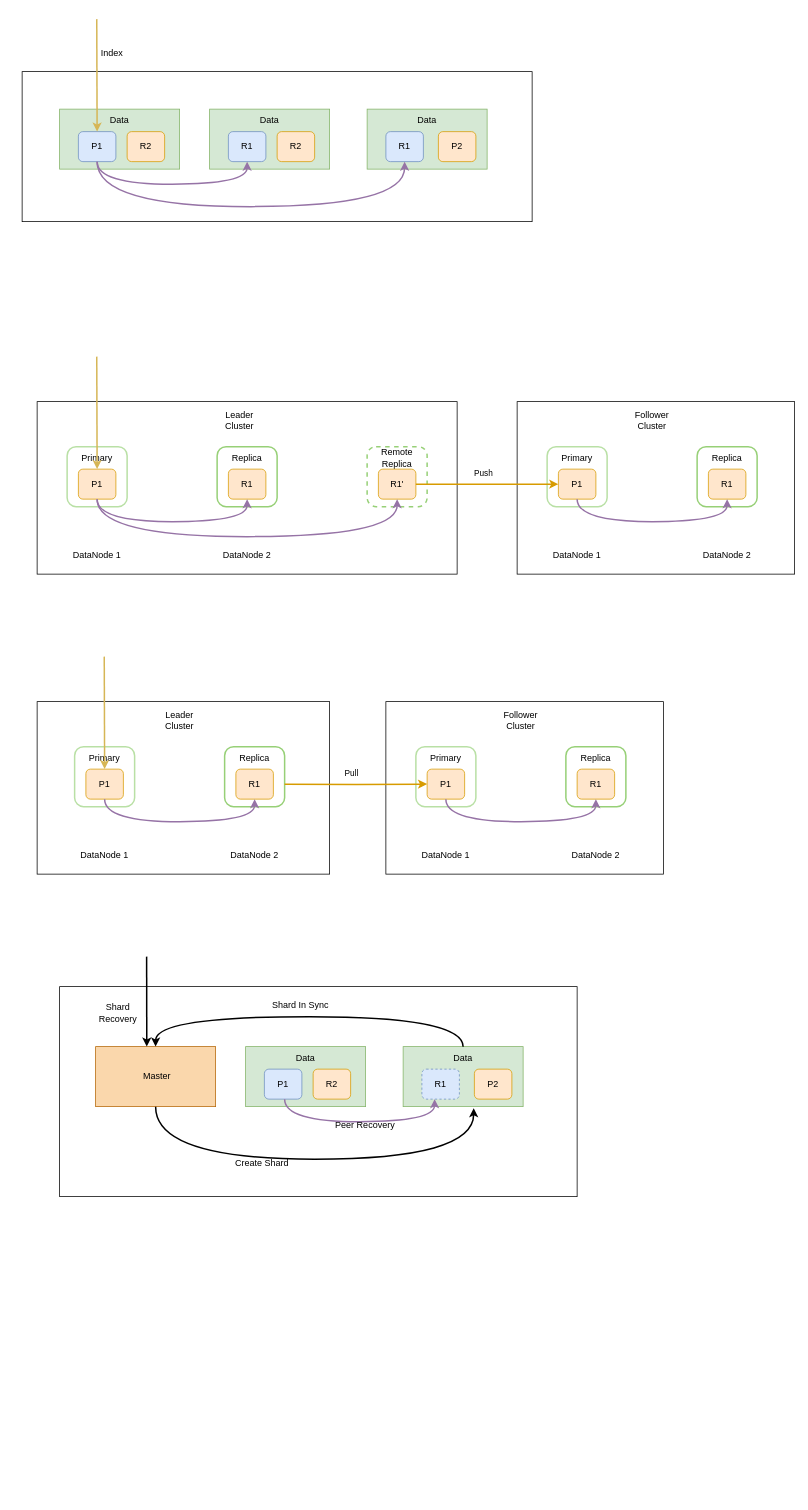
kingskipper/design keeps this draw.io diagram as elasticsearch/raw/es_replicate1031.drawio. Above is the earlier version. Source tidied: cells renumbered, new cells numbered last; positions are measured from the earlier drawing's top-left corner, leaving out a move shared by most shapes. Both pictures are drawn from the tidied source at 75%, with x=0, y=0 at pixel (22, 19).
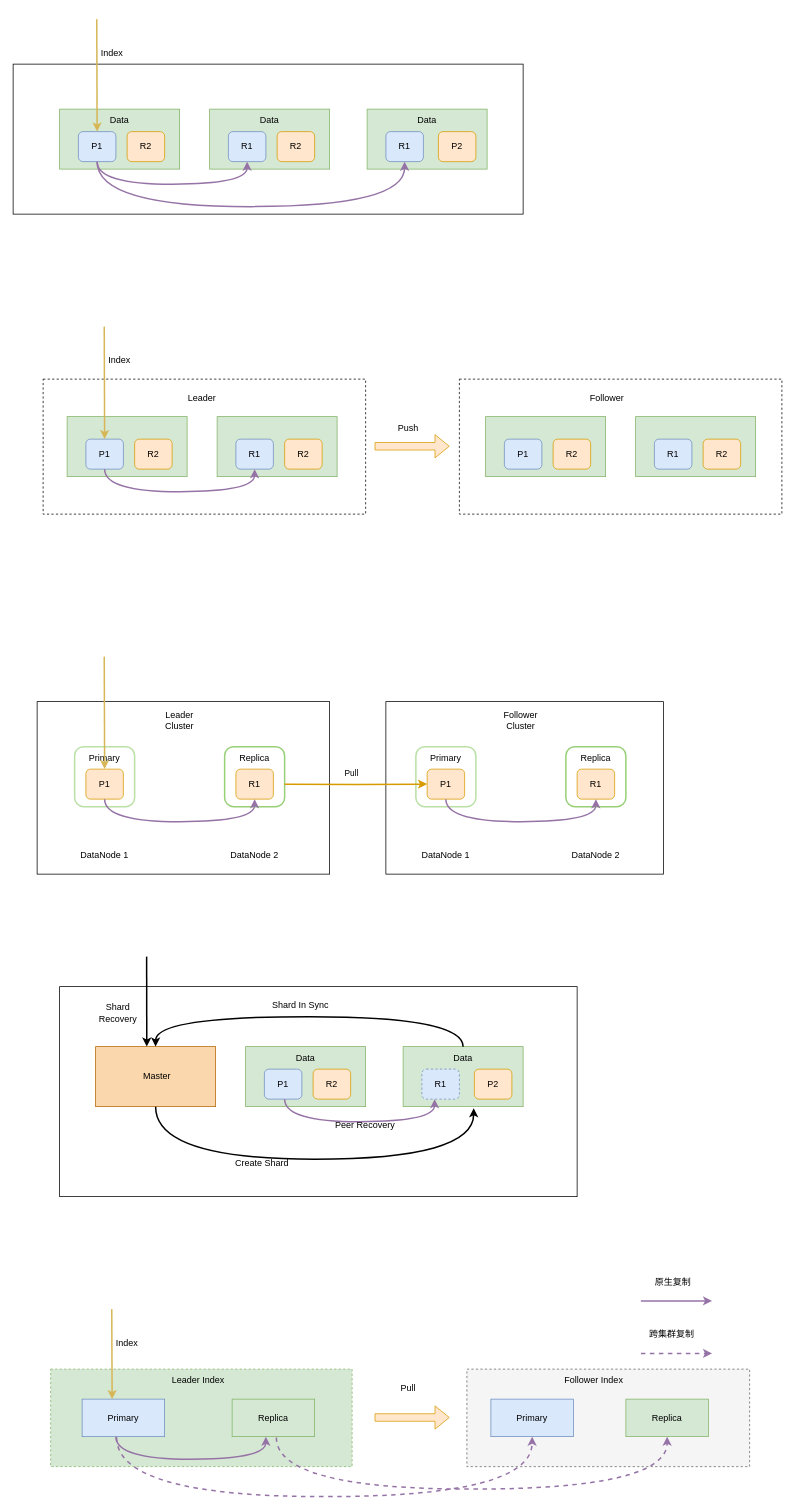
The same diagram, later.

What changed in the source:
```diff
@@
+    <mxCell id="92" style="rounded=0;whiteSpace=wrap;html=1;dashed=1;" parent="1" vertex="1">
+      <mxGeometry x="583" y="480" width="430" height="180" as="geometry" />
+    </mxCell>
+    <mxCell id="93" style="rounded=0;whiteSpace=wrap;html=1;dashed=1;" parent="1" vertex="1">
+      <mxGeometry x="28" y="480" width="430" height="180" as="geometry" />
+    </mxCell>
@@
     <mxCell id="3" style="rounded=0;whiteSpace=wrap;html=1;" parent="1" vertex="1">
-      <mxGeometry y="70" width="680" height="200" as="geometry" />
+      <mxGeometry x="-12" y="60" width="680" height="200" as="geometry" />
     </mxCell>
@@
-    <mxCell id="13" style="rounded=0;whiteSpace=wrap;html=1;strokeWidth=1;" parent="1" vertex="1">
-      <mxGeometry x="20" y="510" width="560" height="230" as="geometry" />
-    </mxCell>
-    <mxCell id="14" style="whiteSpace=wrap;html=1;strokeWidth=2;strokeColor=#B9E0A5;rounded=1;" parent="1" vertex="1">
-      <mxGeometry x="60" y="570" width="80" height="80" as="geometry" />
-    </mxCell>
-    <mxCell id="15" value="P1" style="rounded=1;whiteSpace=wrap;html=1;fillColor=#ffe6cc;strokeColor=#d79b00;" parent="1" vertex="1">
-      <mxGeometry x="75" y="600" width="50" height="40" as="geometry" />
-    </mxCell>
-    <mxCell id="16" value="Primary" style="text;html=1;strokeColor=none;fillColor=none;align=center;verticalAlign=middle;whiteSpace=wrap;rounded=0;" parent="1" vertex="1">
-      <mxGeometry x="70" y="570" width="60" height="30" as="geometry" />
-    </mxCell>
-    <mxCell id="17" style="whiteSpace=wrap;html=1;rounded=1;strokeWidth=2;strokeColor=#97D077;" parent="1" vertex="1">
-      <mxGeometry x="260" y="570" width="80" height="80" as="geometry" />
-    </mxCell>
-    <mxCell id="18" style="whiteSpace=wrap;html=1;strokeWidth=2;strokeColor=#97D077;rounded=1;dashed=1;" parent="1" vertex="1">
-      <mxGeometry x="460" y="570" width="80" height="80" as="geometry" />
-    </mxCell>
-    <mxCell id="19" value="Replica" style="text;html=1;strokeColor=none;fillColor=none;align=center;verticalAlign=middle;whiteSpace=wrap;rounded=0;" parent="1" vertex="1">
-      <mxGeometry x="270" y="570" width="60" height="30" as="geometry" />
-    </mxCell>
-    <mxCell id="20" value="Remote Replica" style="text;html=1;strokeColor=none;fillColor=none;align=center;verticalAlign=middle;whiteSpace=wrap;rounded=0;" parent="1" vertex="1">
-      <mxGeometry x="470" y="570" width="60" height="30" as="geometry" />
-    </mxCell>
-    <mxCell id="21" value="R1" style="rounded=1;whiteSpace=wrap;html=1;fillColor=#ffe6cc;strokeColor=#d79b00;" parent="1" vertex="1">
-      <mxGeometry x="275" y="600" width="50" height="40" as="geometry" />
-    </mxCell>
-    <mxCell id="22" value="R1'" style="rounded=1;whiteSpace=wrap;html=1;fillColor=#ffe6cc;strokeColor=#d79b00;" parent="1" vertex="1">
-      <mxGeometry x="475" y="600" width="50" height="40" as="geometry" />
-    </mxCell>
-    <mxCell id="23" style="endArrow=classic;html=1;rounded=0;entryX=0.5;entryY=1;entryDx=0;entryDy=0;fillColor=#fff2cc;strokeColor=#d6b656;strokeWidth=2;" parent="1" edge="1" target="16">
-      <mxGeometry relative="1" as="geometry">
-        <mxPoint x="99.5" y="450" as="sourcePoint" />
-      </mxGeometry>
-    </mxCell>
-    <mxCell id="24" style="edgeStyle=orthogonalEdgeStyle;jettySize=auto;html=1;exitX=0.5;exitY=1;exitDx=0;exitDy=0;entryX=0.5;entryY=1;entryDx=0;entryDy=0;elbow=vertical;curved=1;fillColor=#e1d5e7;strokeColor=#9673a6;strokeWidth=2;" parent="1" edge="1" source="15" target="22">
-      <mxGeometry relative="1" as="geometry">
-        <Array as="points">
-          <mxPoint x="100" y="690" />
-          <mxPoint x="500" y="690" />
-        </Array>
-      </mxGeometry>
-    </mxCell>
-    <mxCell id="25" style="edgeStyle=orthogonalEdgeStyle;curved=1;jettySize=auto;html=1;exitX=0.5;exitY=1;exitDx=0;exitDy=0;elbow=vertical;fillColor=#e1d5e7;strokeColor=#9673a6;strokeWidth=2;" parent="1" edge="1" source="15">
-      <mxGeometry relative="1" as="geometry">
-        <mxPoint x="300" y="640" as="targetPoint" />
-        <Array as="points">
-          <mxPoint x="100" y="670" />
-          <mxPoint x="300" y="670" />
-        </Array>
-      </mxGeometry>
-    </mxCell>
-    <mxCell id="26" value="DataNode 1" style="text;html=1;strokeColor=none;fillColor=none;align=center;verticalAlign=middle;whiteSpace=wrap;rounded=0;strokeWidth=2;" parent="1" vertex="1">
-      <mxGeometry x="60" y="700" width="80" height="30" as="geometry" />
-    </mxCell>
-    <mxCell id="27" value="DataNode 2" style="text;html=1;strokeColor=none;fillColor=none;align=center;verticalAlign=middle;whiteSpace=wrap;rounded=0;strokeWidth=2;" parent="1" vertex="1">
-      <mxGeometry x="260" y="700" width="80" height="30" as="geometry" />
-    </mxCell>
-    <mxCell id="28" value="Leader Cluster" style="text;html=1;strokeColor=none;fillColor=none;align=center;verticalAlign=middle;whiteSpace=wrap;rounded=0;strokeWidth=2;" parent="1" vertex="1">
-      <mxGeometry x="260" y="520" width="60" height="30" as="geometry" />
-    </mxCell>
-    <mxCell id="29" style="rounded=0;whiteSpace=wrap;html=1;strokeWidth=1;" parent="1" vertex="1">
-      <mxGeometry x="660" y="510" width="370" height="230" as="geometry" />
-    </mxCell>
-    <mxCell id="30" style="whiteSpace=wrap;html=1;strokeWidth=2;strokeColor=#B9E0A5;rounded=1;" parent="1" vertex="1">
-      <mxGeometry x="700" y="570" width="80" height="80" as="geometry" />
-    </mxCell>
-    <mxCell id="31" value="P1" style="rounded=1;whiteSpace=wrap;html=1;fillColor=#ffe6cc;strokeColor=#d79b00;" parent="1" vertex="1">
-      <mxGeometry x="715" y="600" width="50" height="40" as="geometry" />
-    </mxCell>
-    <mxCell id="32" value="Primary" style="text;html=1;strokeColor=none;fillColor=none;align=center;verticalAlign=middle;whiteSpace=wrap;rounded=0;" parent="1" vertex="1">
-      <mxGeometry x="710" y="570" width="60" height="30" as="geometry" />
-    </mxCell>
-    <mxCell id="33" style="whiteSpace=wrap;html=1;rounded=1;strokeWidth=2;strokeColor=#97D077;" parent="1" vertex="1">
-      <mxGeometry x="900" y="570" width="80" height="80" as="geometry" />
-    </mxCell>
-    <mxCell id="34" value="Replica" style="text;html=1;strokeColor=none;fillColor=none;align=center;verticalAlign=middle;whiteSpace=wrap;rounded=0;" parent="1" vertex="1">
-      <mxGeometry x="910" y="570" width="60" height="30" as="geometry" />
-    </mxCell>
-    <mxCell id="35" value="R1" style="rounded=1;whiteSpace=wrap;html=1;fillColor=#ffe6cc;strokeColor=#d79b00;" parent="1" vertex="1">
-      <mxGeometry x="915" y="600" width="50" height="40" as="geometry" />
-    </mxCell>
-    <mxCell id="36" style="edgeStyle=orthogonalEdgeStyle;curved=1;jettySize=auto;html=1;exitX=0.5;exitY=1;exitDx=0;exitDy=0;elbow=vertical;fillColor=#e1d5e7;strokeColor=#9673a6;strokeWidth=2;" parent="1" edge="1" source="31">
-      <mxGeometry relative="1" as="geometry">
-        <mxPoint x="940" y="640" as="targetPoint" />
-        <Array as="points">
-          <mxPoint x="740" y="670" />
-          <mxPoint x="940" y="670" />
-        </Array>
-      </mxGeometry>
-    </mxCell>
-    <mxCell id="37" value="DataNode 1" style="text;html=1;strokeColor=none;fillColor=none;align=center;verticalAlign=middle;whiteSpace=wrap;rounded=0;strokeWidth=2;" parent="1" vertex="1">
-      <mxGeometry x="700" y="700" width="80" height="30" as="geometry" />
-    </mxCell>
-    <mxCell id="38" value="DataNode 2" style="text;html=1;strokeColor=none;fillColor=none;align=center;verticalAlign=middle;whiteSpace=wrap;rounded=0;strokeWidth=2;" parent="1" vertex="1">
-      <mxGeometry x="900" y="700" width="80" height="30" as="geometry" />
-    </mxCell>
-    <mxCell id="39" value="Follower&lt;br&gt;Cluster" style="text;html=1;strokeColor=none;fillColor=none;align=center;verticalAlign=middle;whiteSpace=wrap;rounded=0;strokeWidth=2;" parent="1" vertex="1">
-      <mxGeometry x="810" y="520" width="60" height="30" as="geometry" />
-    </mxCell>
-    <mxCell id="40" style="edgeStyle=orthogonalEdgeStyle;rounded=0;jettySize=auto;html=1;exitX=1;exitY=0.5;exitDx=0;exitDy=0;entryX=0;entryY=0.5;entryDx=0;entryDy=0;strokeWidth=2;fillColor=#ffe6cc;strokeColor=#d79b00;" parent="1" edge="1" source="22" target="31">
-      <mxGeometry relative="1" as="geometry" />
-    </mxCell>
-    <mxCell id="41" value="Push" style="edgeLabel;html=1;align=center;verticalAlign=middle;" parent="40" vertex="1">
-      <mxGeometry x="-0.12" y="-1" relative="1" as="geometry">
-        <mxPoint x="5" y="-16" as="offset" />
-      </mxGeometry>
-    </mxCell>
@@
+    <mxCell id="94" style="rounded=0;whiteSpace=wrap;html=1;fillColor=#d5e8d4;strokeColor=#82b366;" parent="1" vertex="1">
+      <mxGeometry x="260" y="530" width="160" height="80" as="geometry" />
+    </mxCell>
+    <mxCell id="95" style="rounded=0;whiteSpace=wrap;html=1;fillColor=#d5e8d4;strokeColor=#82b366;" parent="1" vertex="1">
+      <mxGeometry x="60" y="530" width="160" height="80" as="geometry" />
+    </mxCell>
+    <mxCell id="96" value="P1" style="rounded=1;whiteSpace=wrap;html=1;fillColor=#dae8fc;strokeColor=#6c8ebf;" parent="1" vertex="1">
+      <mxGeometry x="85" y="560" width="50" height="40" as="geometry" />
+    </mxCell>
+    <mxCell id="97" value="R1" style="rounded=1;whiteSpace=wrap;html=1;fillColor=#dae8fc;strokeColor=#6c8ebf;" parent="1" vertex="1">
+      <mxGeometry x="285" y="560" width="50" height="40" as="geometry" />
+    </mxCell>
+    <mxCell id="98" style="endArrow=classic;html=1;rounded=0;entryX=0.5;entryY=1;entryDx=0;entryDy=0;fillColor=#fff2cc;strokeColor=#d6b656;strokeWidth=2;" parent="1" edge="1">
+      <mxGeometry relative="1" as="geometry">
+        <mxPoint x="109.5" y="410" as="sourcePoint" />
+        <mxPoint x="110" y="560" as="targetPoint" />
+      </mxGeometry>
+    </mxCell>
+    <mxCell id="99" style="edgeStyle=orthogonalEdgeStyle;curved=1;jettySize=auto;html=1;exitX=0.5;exitY=1;exitDx=0;exitDy=0;elbow=vertical;fillColor=#e1d5e7;strokeColor=#9673a6;strokeWidth=2;" parent="1" edge="1" source="96">
+      <mxGeometry relative="1" as="geometry">
+        <mxPoint x="310" y="600" as="targetPoint" />
+        <Array as="points">
+          <mxPoint x="110" y="630" />
+          <mxPoint x="310" y="630" />
+        </Array>
+      </mxGeometry>
+    </mxCell>
+    <mxCell id="100" value="R2" style="rounded=1;whiteSpace=wrap;html=1;fillColor=#ffe6cc;strokeColor=#d79b00;" parent="1" vertex="1">
+      <mxGeometry x="150" y="560" width="50" height="40" as="geometry" />
+    </mxCell>
+    <mxCell id="101" value="R2" style="rounded=1;whiteSpace=wrap;html=1;fillColor=#ffe6cc;strokeColor=#d79b00;" parent="1" vertex="1">
+      <mxGeometry x="350" y="560" width="50" height="40" as="geometry" />
+    </mxCell>
+    <mxCell id="102" value="Index" style="text;html=1;strokeColor=none;fillColor=none;align=center;verticalAlign=middle;whiteSpace=wrap;rounded=0;" parent="1" vertex="1">
+      <mxGeometry x="100" y="440" width="60" height="30" as="geometry" />
+    </mxCell>
+    <mxCell id="103" style="rounded=0;whiteSpace=wrap;html=1;fillColor=#d5e8d4;strokeColor=#82b366;" parent="1" vertex="1">
+      <mxGeometry x="818" y="530" width="160" height="80" as="geometry" />
+    </mxCell>
+    <mxCell id="104" style="rounded=0;whiteSpace=wrap;html=1;fillColor=#d5e8d4;strokeColor=#82b366;" parent="1" vertex="1">
+      <mxGeometry x="618" y="530" width="160" height="80" as="geometry" />
+    </mxCell>
+    <mxCell id="105" value="P1" style="rounded=1;whiteSpace=wrap;html=1;fillColor=#dae8fc;strokeColor=#6c8ebf;" parent="1" vertex="1">
+      <mxGeometry x="643" y="560" width="50" height="40" as="geometry" />
+    </mxCell>
+    <mxCell id="106" value="R1" style="rounded=1;whiteSpace=wrap;html=1;fillColor=#dae8fc;strokeColor=#6c8ebf;" parent="1" vertex="1">
+      <mxGeometry x="843" y="560" width="50" height="40" as="geometry" />
+    </mxCell>
+    <mxCell id="107" value="R2" style="rounded=1;whiteSpace=wrap;html=1;fillColor=#ffe6cc;strokeColor=#d79b00;" parent="1" vertex="1">
+      <mxGeometry x="708" y="560" width="50" height="40" as="geometry" />
+    </mxCell>
+    <mxCell id="108" value="R2" style="rounded=1;whiteSpace=wrap;html=1;fillColor=#ffe6cc;strokeColor=#d79b00;" parent="1" vertex="1">
+      <mxGeometry x="908" y="560" width="50" height="40" as="geometry" />
+    </mxCell>
+    <mxCell id="109" value="Leader" style="text;html=1;strokeColor=none;fillColor=none;align=center;verticalAlign=middle;whiteSpace=wrap;rounded=0;dashed=1;" parent="1" vertex="1">
+      <mxGeometry x="210" y="490" width="60" height="30" as="geometry" />
+    </mxCell>
+    <mxCell id="110" style="shape=flexArrow;endArrow=classic;html=1;rounded=0;fillColor=#ffe6cc;strokeColor=#d79b00;" parent="1" edge="1">
+      <mxGeometry relative="1" as="geometry">
+        <mxPoint x="470" y="569.5" as="sourcePoint" />
+        <mxPoint x="570" y="569.5" as="targetPoint" />
+      </mxGeometry>
+    </mxCell>
+    <mxCell id="111" value="Follower" style="text;html=1;strokeColor=none;fillColor=none;align=center;verticalAlign=middle;whiteSpace=wrap;rounded=0;dashed=1;" parent="1" vertex="1">
+      <mxGeometry x="750" y="490" width="60" height="30" as="geometry" />
+    </mxCell>
+    <mxCell id="41" value="Push" style="text;html=1;strokeColor=none;fillColor=none;align=center;verticalAlign=middle;whiteSpace=wrap;rounded=0;dashed=1;" parent="1" vertex="1">
+      <mxGeometry x="485" y="530" width="60" height="30" as="geometry" />
+    </mxCell>
+    <mxCell id="112" style="rounded=0;whiteSpace=wrap;html=1;dashed=1;fillColor=#f5f5f5;fontColor=#333333;strokeColor=#666666;" parent="1" vertex="1">
+      <mxGeometry x="593" y="1800" width="377" height="130" as="geometry" />
+    </mxCell>
+    <mxCell id="113" style="rounded=0;whiteSpace=wrap;html=1;dashed=1;fillColor=#d5e8d4;strokeColor=#82b366;" parent="1" vertex="1">
+      <mxGeometry x="38" y="1800" width="402" height="130" as="geometry" />
+    </mxCell>
+    <mxCell id="114" value="Replica" style="rounded=0;whiteSpace=wrap;html=1;fillColor=#d5e8d4;strokeColor=#82b366;" parent="1" vertex="1">
+      <mxGeometry x="280" y="1840" width="110" height="50" as="geometry" />
+    </mxCell>
+    <mxCell id="115" value="Primary" style="rounded=0;whiteSpace=wrap;html=1;fillColor=#dae8fc;strokeColor=#6c8ebf;" parent="1" vertex="1">
+      <mxGeometry x="80" y="1840" width="110" height="50" as="geometry" />
+    </mxCell>
+    <mxCell id="116" style="endArrow=classic;html=1;rounded=0;fillColor=#fff2cc;strokeColor=#d6b656;strokeWidth=2;" parent="1" edge="1">
+      <mxGeometry relative="1" as="geometry">
+        <mxPoint x="119.5" y="1720" as="sourcePoint" />
+        <mxPoint x="120" y="1840" as="targetPoint" />
+      </mxGeometry>
+    </mxCell>
+    <mxCell id="117" style="edgeStyle=orthogonalEdgeStyle;curved=1;orthogonalLoop=1;jettySize=auto;html=1;exitX=0.5;exitY=1;exitDx=0;exitDy=0;elbow=vertical;fillColor=#e1d5e7;strokeColor=#9673a6;strokeWidth=2;" parent="1" edge="1">
+      <mxGeometry relative="1" as="geometry">
+        <mxPoint x="125" y="1890" as="sourcePoint" />
+        <mxPoint x="325" y="1890" as="targetPoint" />
+        <Array as="points">
+          <mxPoint x="125" y="1920" />
+          <mxPoint x="325" y="1920" />
+        </Array>
+      </mxGeometry>
+    </mxCell>
+    <mxCell id="118" value="Index" style="text;html=1;strokeColor=none;fillColor=none;align=center;verticalAlign=middle;whiteSpace=wrap;rounded=0;" parent="1" vertex="1">
+      <mxGeometry x="110" y="1750" width="60" height="30" as="geometry" />
+    </mxCell>
+    <mxCell id="119" value="Leader Index" style="text;html=1;strokeColor=none;fillColor=none;align=center;verticalAlign=middle;whiteSpace=wrap;rounded=0;dashed=1;" parent="1" vertex="1">
+      <mxGeometry x="190" y="1800" width="90" height="30" as="geometry" />
+    </mxCell>
+    <mxCell id="120" style="shape=flexArrow;endArrow=classic;html=1;rounded=0;fillColor=#ffe6cc;strokeColor=#d79b00;" parent="1" edge="1">
+      <mxGeometry relative="1" as="geometry">
+        <mxPoint x="470" y="1864.5" as="sourcePoint" />
+        <mxPoint x="570" y="1864.5" as="targetPoint" />
+      </mxGeometry>
+    </mxCell>
+    <mxCell id="121" value="Follower Index" style="text;html=1;strokeColor=none;fillColor=none;align=center;verticalAlign=middle;whiteSpace=wrap;rounded=0;dashed=1;" parent="1" vertex="1">
+      <mxGeometry x="715" y="1800" width="95" height="30" as="geometry" />
+    </mxCell>
+    <mxCell id="122" value="Pull" style="text;html=1;strokeColor=none;fillColor=none;align=center;verticalAlign=middle;whiteSpace=wrap;rounded=0;dashed=1;" parent="1" vertex="1">
+      <mxGeometry x="485" y="1810" width="60" height="30" as="geometry" />
+    </mxCell>
+    <mxCell id="123" value="Primary" style="rounded=0;whiteSpace=wrap;html=1;fillColor=#dae8fc;strokeColor=#6c8ebf;" parent="1" vertex="1">
+      <mxGeometry x="625" y="1840" width="110" height="50" as="geometry" />
+    </mxCell>
+    <mxCell id="124" value="Replica" style="rounded=0;whiteSpace=wrap;html=1;fillColor=#d5e8d4;strokeColor=#82b366;" parent="1" vertex="1">
+      <mxGeometry x="805" y="1840" width="110" height="50" as="geometry" />
+    </mxCell>
+    <mxCell id="125" style="jettySize=auto;html=1;elbow=vertical;fillColor=#e1d5e7;strokeColor=#9673a6;strokeWidth=2;exitX=0.418;exitY=1.02;exitDx=0;exitDy=0;exitPerimeter=0;edgeStyle=orthogonalEdgeStyle;curved=1;entryX=0.5;entryY=1;entryDx=0;entryDy=0;dashed=1;" parent="1" edge="1" source="115" target="123">
+      <mxGeometry relative="1" as="geometry">
+        <Array as="points">
+          <mxPoint x="126" y="1970" />
+          <mxPoint x="680" y="1970" />
+        </Array>
+      </mxGeometry>
+    </mxCell>
+    <mxCell id="126" style="jettySize=auto;html=1;elbow=vertical;fillColor=#e1d5e7;strokeColor=#9673a6;strokeWidth=2;exitX=0.418;exitY=1.02;exitDx=0;exitDy=0;exitPerimeter=0;entryX=0.5;entryY=1;entryDx=0;entryDy=0;dashed=1;edgeStyle=orthogonalEdgeStyle;curved=1;" parent="1" edge="1" target="124">
+      <mxGeometry relative="1" as="geometry">
+        <mxPoint x="339" y="1891" as="sourcePoint" />
+        <Array as="points">
+          <mxPoint x="339" y="1960" />
+          <mxPoint x="860" y="1960" />
+        </Array>
+      </mxGeometry>
+    </mxCell>
+    <mxCell id="127" style="orthogonalLoop=1;jettySize=auto;html=1;elbow=vertical;fillColor=#e1d5e7;strokeColor=#9673a6;strokeWidth=2;" parent="1" edge="1">
+      <mxGeometry relative="1" as="geometry">
+        <mxPoint x="825" y="1709" as="sourcePoint" />
+        <mxPoint x="920" y="1709" as="targetPoint" />
+      </mxGeometry>
+    </mxCell>
+    <mxCell id="128" style="orthogonalLoop=1;jettySize=auto;html=1;elbow=vertical;fillColor=#e1d5e7;strokeColor=#9673a6;strokeWidth=2;dashed=1;" parent="1" edge="1">
+      <mxGeometry relative="1" as="geometry">
+        <mxPoint x="825" y="1779" as="sourcePoint" />
+        <mxPoint x="920" y="1779" as="targetPoint" />
+      </mxGeometry>
+    </mxCell>
+    <mxCell id="129" value="原生复制" style="text;html=1;strokeColor=none;fillColor=none;align=center;verticalAlign=middle;whiteSpace=wrap;rounded=0;dashed=1;" parent="1" vertex="1">
+      <mxGeometry x="838" y="1669" width="60" height="30" as="geometry" />
+    </mxCell>
+    <mxCell id="130" value="跨集群复制" style="text;html=1;strokeColor=none;fillColor=none;align=center;verticalAlign=middle;whiteSpace=wrap;rounded=0;dashed=1;" parent="1" vertex="1">
+      <mxGeometry x="828" y="1739" width="77" height="30" as="geometry" />
+    </mxCell>
```
